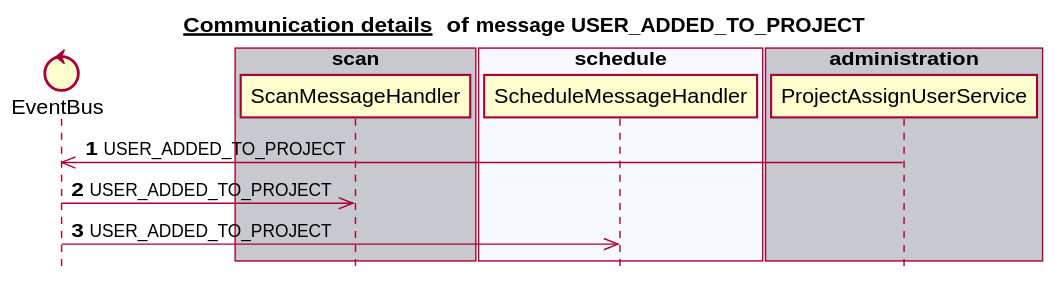
Above: docs/latest/images/gen_domain_messaging_user_added_to_project.svg in mercedes-benz/sechub (PlantUML), before the change. Source of this version:
```plantuml
@startuml


title __Communication details __ of **message USER_ADDED_TO_PROJECT**
skinparam style strictuml


control EventBus
box "scan" #C8C8CF
   participant ScanMessageHandler
end box
box "schedule" #F8F8FF
   participant ScheduleMessageHandler
end box
box "authorization" #C8C8CF
end box
box "notification" #F8F8FF
end box
box "administration" #C8C8CF
   participant ProjectAssignUserService
end box
autonumber 1
ProjectAssignUserService ->> EventBus:USER_ADDED_TO_PROJECT
EventBus ->> ScanMessageHandler:USER_ADDED_TO_PROJECT
EventBus ->> ScheduleMessageHandler:USER_ADDED_TO_PROJECT
autonumber stop


@enduml
```
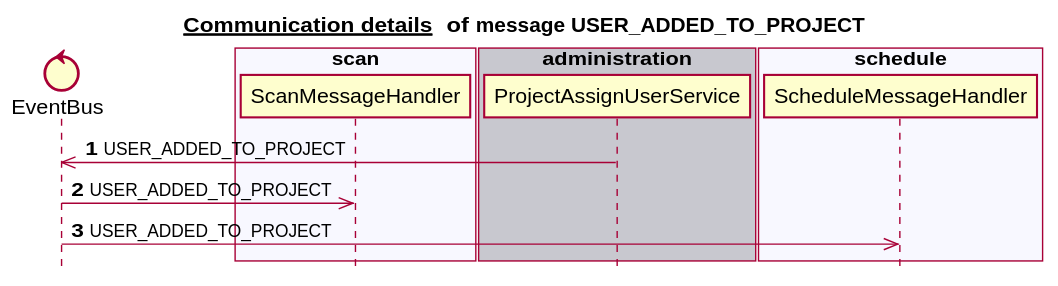
The same file after the commit.

Diff of the diagram source:
```diff
@@ -6,18 +6,18 @@
 
 
 control EventBus
-box "scan" #C8C8CF
+box "authorization" #C8C8CF
+end box
+box "scan" #F8F8FF
    participant ScanMessageHandler
+end box
+box "administration" #C8C8CF
+   participant ProjectAssignUserService
 end box
 box "schedule" #F8F8FF
    participant ScheduleMessageHandler
 end box
-box "authorization" #C8C8CF
-end box
-box "notification" #F8F8FF
-end box
-box "administration" #C8C8CF
-   participant ProjectAssignUserService
+box "notification" #C8C8CF
 end box
 autonumber 1
 ProjectAssignUserService ->> EventBus:USER_ADDED_TO_PROJECT
```
